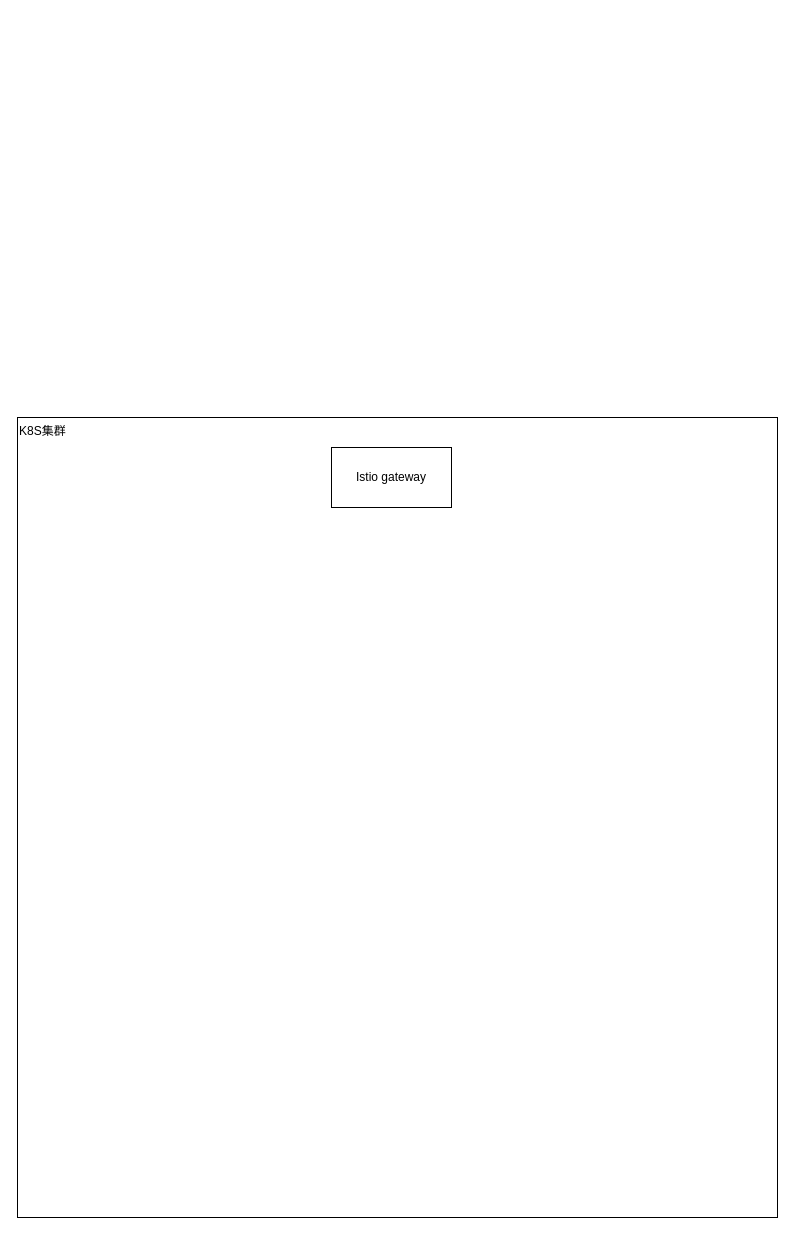
Above: 前后端蓝绿灰度方案.drawio in catface996/images (draw.io), before the change. Source tidied: cells renumbered, new cells numbered last; positions are measured from the earlier drawing's top-left corner, leaving out a move shared by most shapes. Both pictures are drawn from the tidied source at 100%, with x=0, y=0 at pixel (17, 417).
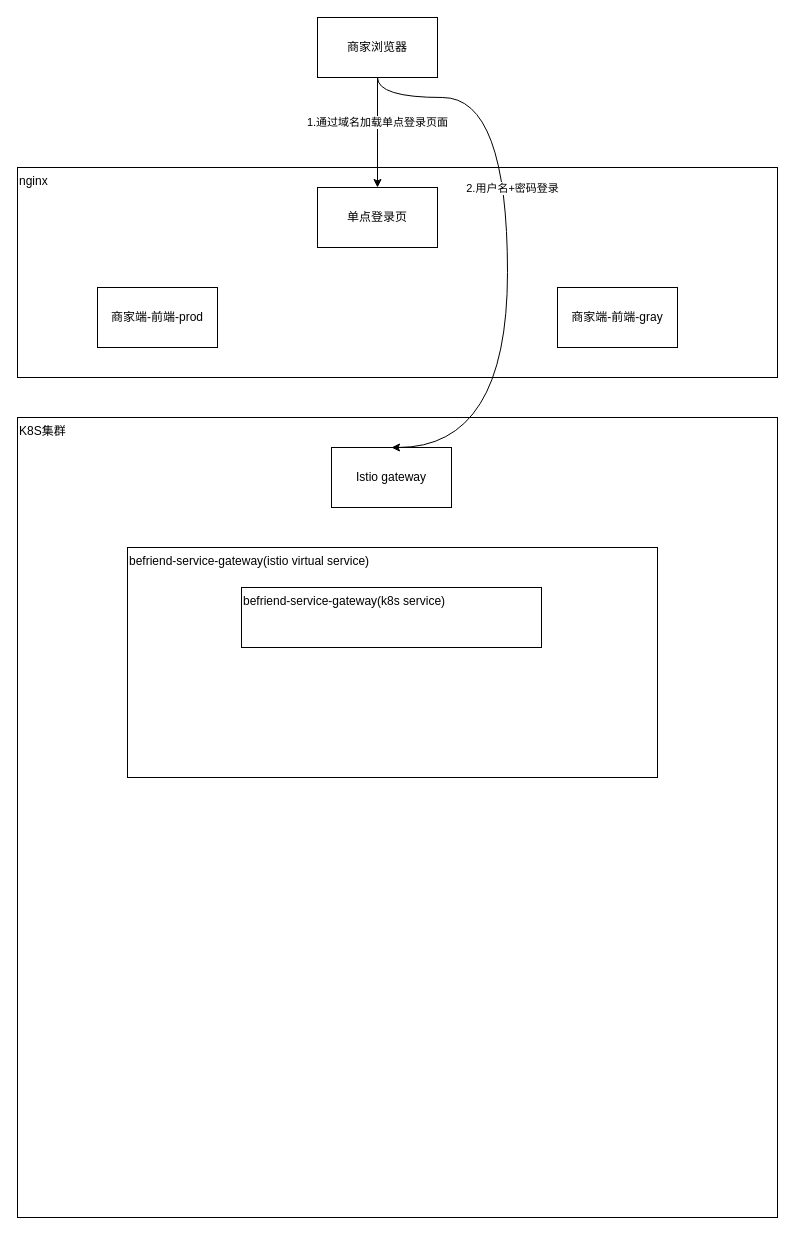
The same page after the edit.

Commit message (it also covers changes not shown here):
更新前后端蓝绿灰度方案.drawio

Change to the diagram source:
```diff
@@
 <mxGraphModel>
   <root>
     <mxCell id="0" />
     <mxCell id="1" parent="0" />
     <mxCell id="2" value="K8S集群" style="rounded=0;whiteSpace=wrap;html=1;align=left;verticalAlign=top;" parent="1" vertex="1">
       <mxGeometry width="760" height="800" as="geometry" />
     </mxCell>
     <mxCell id="3" value="Istio gateway" style="rounded=0;whiteSpace=wrap;html=1;" parent="1" vertex="1">
       <mxGeometry x="314" y="30" width="120" height="60" as="geometry" />
     </mxCell>
+    <mxCell id="4" value="nginx" style="rounded=0;whiteSpace=wrap;html=1;verticalAlign=top;align=left;" parent="1" vertex="1">
+      <mxGeometry y="-250" width="760" height="210" as="geometry" />
+    </mxCell>
+    <mxCell id="5" value="单点登录页" style="rounded=0;whiteSpace=wrap;html=1;" parent="1" vertex="1">
+      <mxGeometry x="300" y="-230" width="120" height="60" as="geometry" />
+    </mxCell>
+    <mxCell id="6" value="商家端-前端-prod" style="rounded=0;whiteSpace=wrap;html=1;" parent="1" vertex="1">
+      <mxGeometry x="80" y="-130" width="120" height="60" as="geometry" />
+    </mxCell>
+    <mxCell id="7" value="商家端-前端-gray" style="rounded=0;whiteSpace=wrap;html=1;" parent="1" vertex="1">
+      <mxGeometry x="540" y="-130" width="120" height="60" as="geometry" />
+    </mxCell>
+    <mxCell id="8" style="edgeStyle=orthogonalEdgeStyle;rounded=0;jettySize=auto;html=1;entryX=0.5;entryY=0;entryDx=0;entryDy=0;" parent="1" edge="1" source="12" target="5">
+      <mxGeometry relative="1" as="geometry" />
+    </mxCell>
+    <mxCell id="9" value="1.通过域名加载单点登录页面" style="edgeLabel;html=1;align=center;verticalAlign=middle;" parent="8" vertex="1">
+      <mxGeometry x="-0.2" y="-1" relative="1" as="geometry" />
+    </mxCell>
+    <mxCell id="10" style="edgeStyle=orthogonalEdgeStyle;rounded=0;jettySize=auto;html=1;entryX=0.5;entryY=0;entryDx=0;entryDy=0;curved=1;" parent="1" edge="1" source="12" target="3">
+      <mxGeometry relative="1" as="geometry">
+        <Array as="points">
+          <mxPoint x="360" y="-320" />
+          <mxPoint x="490" y="-320" />
+          <mxPoint x="490" y="30" />
+        </Array>
+      </mxGeometry>
+    </mxCell>
+    <mxCell id="11" value="2.用户名+密码登录" style="edgeLabel;html=1;align=center;verticalAlign=middle;" parent="10" vertex="1">
+      <mxGeometry x="0.09" y="4" relative="1" as="geometry">
+        <mxPoint y="-96" as="offset" />
+      </mxGeometry>
+    </mxCell>
+    <mxCell id="12" value="商家浏览器" style="rounded=0;whiteSpace=wrap;html=1;" parent="1" vertex="1">
+      <mxGeometry x="300" y="-400" width="120" height="60" as="geometry" />
+    </mxCell>
+    <mxCell id="13" value="befriend-service-gateway(istio virtual service)&lt;br&gt;" style="rounded=0;whiteSpace=wrap;html=1;align=left;verticalAlign=top;" parent="1" vertex="1">
+      <mxGeometry x="110" y="130" width="530" height="230" as="geometry" />
+    </mxCell>
+    <mxCell id="14" value="befriend-service-gateway(k8s service)" style="rounded=0;whiteSpace=wrap;html=1;verticalAlign=top;align=left;" parent="1" vertex="1">
+      <mxGeometry x="224" y="170" width="300" height="60" as="geometry" />
+    </mxCell>
   </root>
 </mxGraphModel>
```
